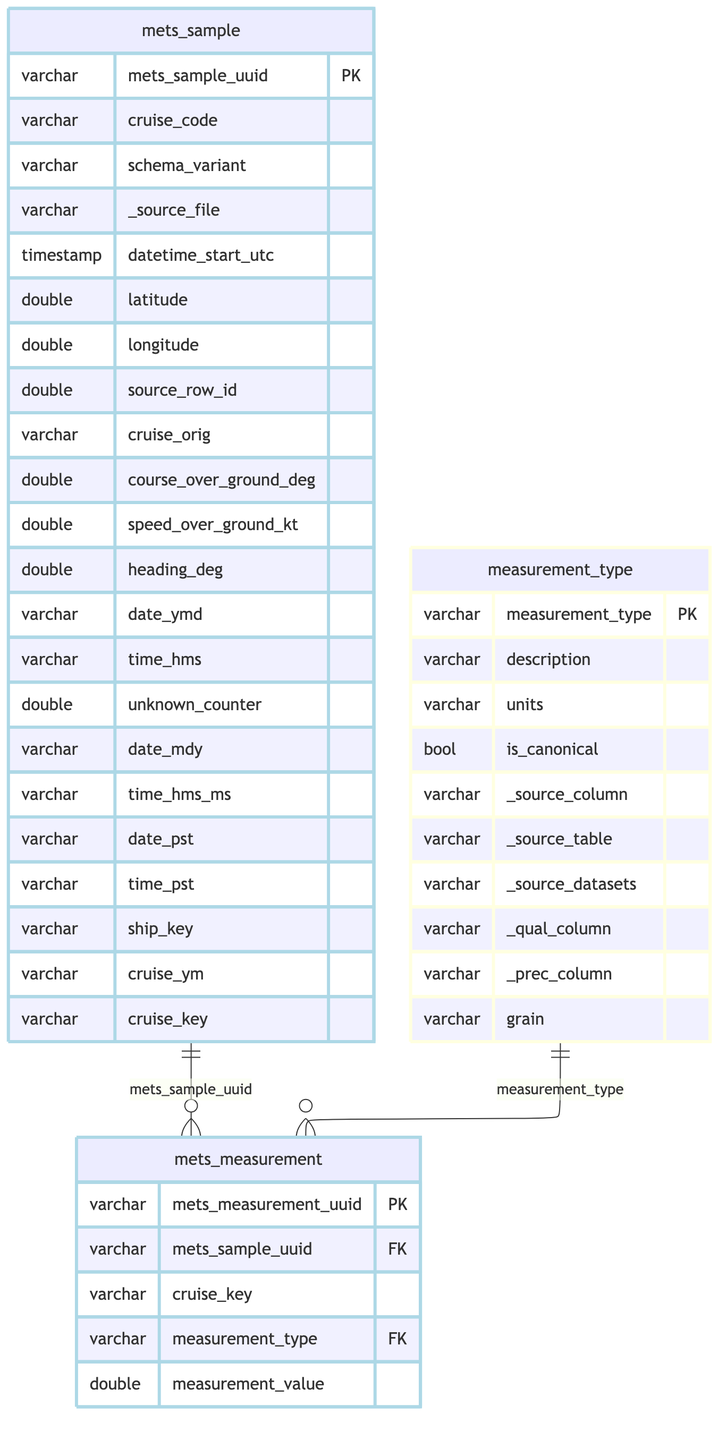
CalCOFI/workflows keeps this Mermaid diagram as _output/ingest_calcofi_mets_files/figure-html/schema-1.png. Above is the earlier version. Its source is kept beside it as _output/ingest_calcofi_mets_files/figure-html/schema-1.mmd.
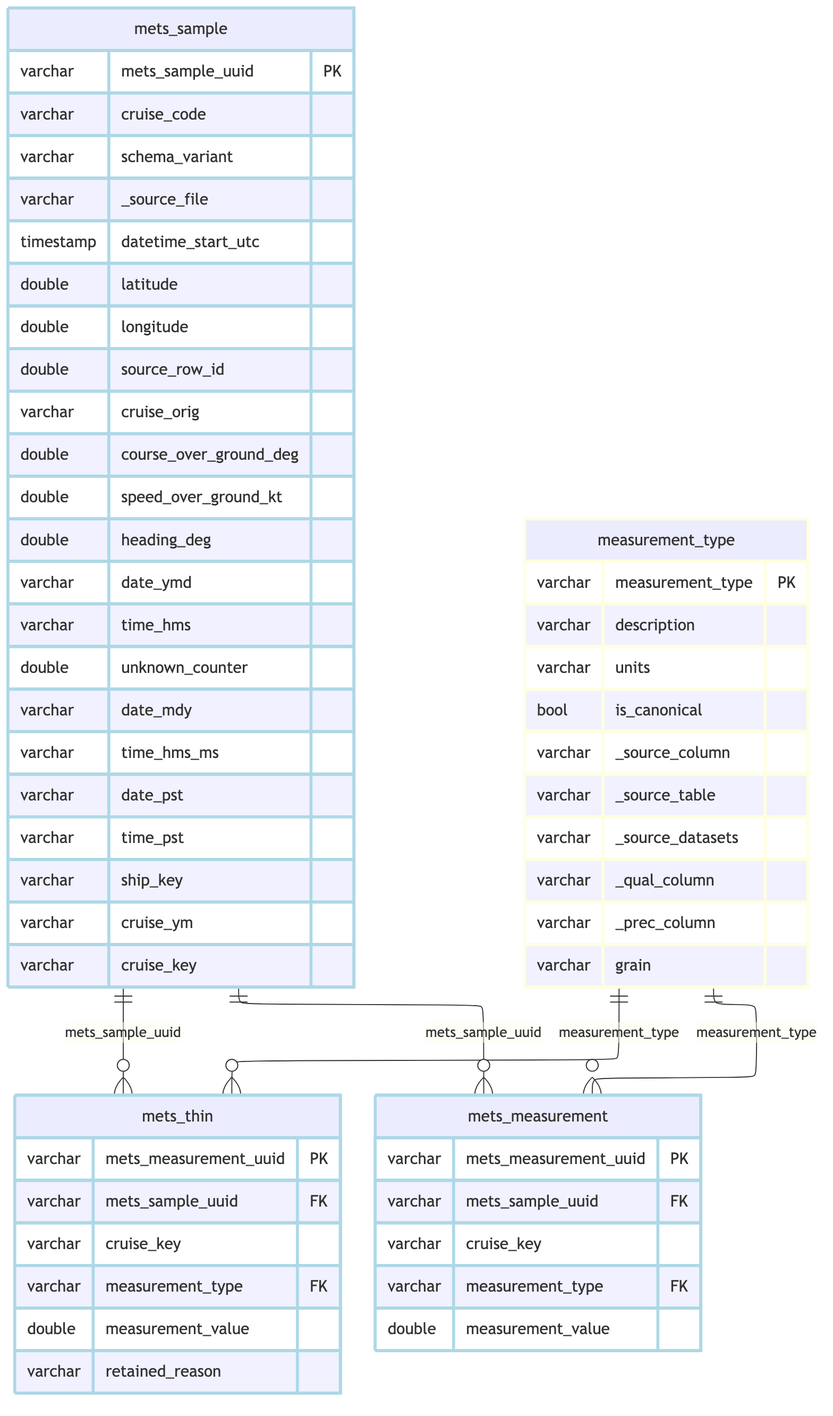
Later version of the same file.

Commit message:
render(mets): thinned METS — 511,953 rows, 2.5% of the full series

What changed in the source:
```diff
@@ -27,6 +27,14 @@
         varchar cruise_ym
         varchar cruise_key
     }
+    mets_thin {
+        varchar mets_measurement_uuid PK
+        varchar mets_sample_uuid FK
+        varchar cruise_key
+        varchar measurement_type FK
+        double measurement_value
+        varchar retained_reason
+    }
     mets_measurement {
         varchar mets_measurement_uuid PK
         varchar mets_sample_uuid FK
@@ -46,9 +54,11 @@
         varchar _prec_column
         varchar grain
     }
+    mets_sample ||--o{ mets_thin : "mets_sample_uuid"
+    measurement_type ||--o{ mets_thin : "measurement_type"
     mets_sample ||--o{ mets_measurement : "mets_sample_uuid"
     measurement_type ||--o{ mets_measurement : "measurement_type"
     classDef lightblue stroke:#ADD8E6,stroke-width:3px
-    class mets_sample,mets_measurement lightblue
+    class mets_sample,mets_thin,mets_measurement lightblue
     classDef lightyellow stroke:#FFFFE0,stroke-width:3px
     class measurement_type lightyellow
```
